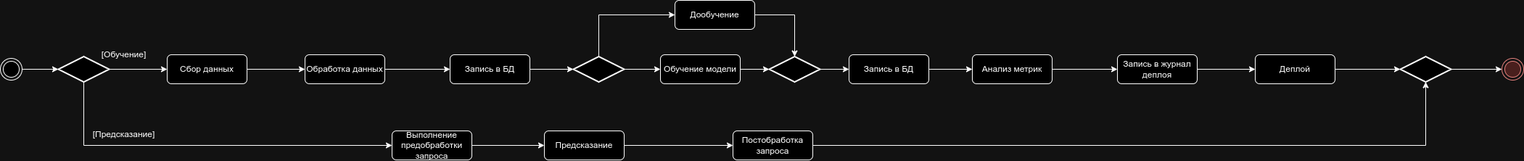
The draw.io diagram arch_lab_2/actions.png in comiam/emotion-detector, before a commit. Source tidied: cells renumbered, new cells last; positions are measured from the earlier drawing's top-left corner, leaving out a move shared by most shapes.
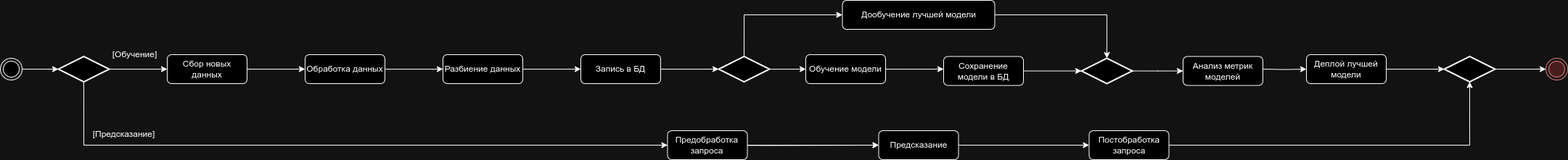
After the change.

The edit, as a diff of the source:
```diff
@@ -9,7 +9,7 @@
       <mxGeometry y="80" width="30" height="30" as="geometry" />
     </mxCell>
     <mxCell id="4" style="ellipse;html=1;shape=endState;fillColor=#f8cecc;strokeColor=#b85450;" parent="1" vertex="1">
-      <mxGeometry x="2070" y="80" width="30" height="30" as="geometry" />
+      <mxGeometry x="2130" y="80" width="30" height="30" as="geometry" />
     </mxCell>
     <mxCell id="5" style="edgeStyle=orthogonalEdgeStyle;rounded=0;jettySize=auto;html=1;entryX=0;entryY=0.5;entryDx=0;entryDy=0;" parent="1" edge="1" source="7" target="10">
       <mxGeometry relative="1" as="geometry" />
@@ -25,17 +25,17 @@
       <mxGeometry x="80" y="77.5" width="70" height="35" as="geometry" />
     </mxCell>
     <mxCell id="8" value="[Обучение]" style="text;html=1;align=center;verticalAlign=middle;strokeColor=none;fillColor=none;" parent="1" vertex="1">
-      <mxGeometry x="125" y="60" width="90" height="30" as="geometry" />
+      <mxGeometry x="140" y="60" width="90" height="30" as="geometry" />
     </mxCell>
     <mxCell id="9" style="edgeStyle=orthogonalEdgeStyle;rounded=0;jettySize=auto;html=1;entryX=0;entryY=0.5;entryDx=0;entryDy=0;" parent="1" edge="1" source="10" target="12">
       <mxGeometry relative="1" as="geometry" />
     </mxCell>
-    <mxCell id="10" value="Сбор данных" style="rounded=1;whiteSpace=wrap;html=1;" parent="1" vertex="1">
+    <mxCell id="10" value="Сбор новых данных" style="rounded=1;whiteSpace=wrap;html=1;" parent="1" vertex="1">
       <mxGeometry x="230" y="75" width="110" height="40" as="geometry" />
     </mxCell>
-    <mxCell id="11" style="edgeStyle=orthogonalEdgeStyle;rounded=0;jettySize=auto;html=1;entryX=0;entryY=0.5;entryDx=0;entryDy=0;" parent="1" edge="1" source="12" target="14">
-      <mxGeometry relative="1" as="geometry" />
-    </mxCell>
+    <mxCell id="41" style="edgeStyle=orthogonalEdgeStyle;rounded=0;jettySize=auto;html=1;entryX=0;entryY=0.5;entryDx=0;entryDy=0;" parent="1" edge="1" source="12" target="44">
+      <mxGeometry relative="1" as="geometry" />
+    </mxCell>
     <mxCell id="12" value="Обработка данных" style="rounded=1;whiteSpace=wrap;html=1;" parent="1" vertex="1">
       <mxGeometry x="420" y="75" width="110" height="40" as="geometry" />
     </mxCell>
@@ -43,7 +43,7 @@
       <mxGeometry relative="1" as="geometry" />
     </mxCell>
     <mxCell id="14" value="Запись в БД" style="rounded=1;whiteSpace=wrap;html=1;" parent="1" vertex="1">
-      <mxGeometry x="620" y="75" width="110" height="40" as="geometry" />
+      <mxGeometry x="800" y="75" width="110" height="40" as="geometry" />
     </mxCell>
     <mxCell id="15" style="edgeStyle=orthogonalEdgeStyle;rounded=0;jettySize=auto;html=1;exitX=1;exitY=0.5;exitDx=0;exitDy=0;exitPerimeter=0;entryX=0;entryY=0.5;entryDx=0;entryDy=0;" parent="1" edge="1" source="17" target="19">
       <mxGeometry relative="1" as="geometry" />
@@ -52,76 +52,93 @@
       <mxGeometry relative="1" as="geometry" />
     </mxCell>
     <mxCell id="17" style="strokeWidth=2;html=1;shape=mxgraph.flowchart.decision;whiteSpace=wrap;" parent="1" vertex="1">
-      <mxGeometry x="790" y="77.5" width="70" height="35" as="geometry" />
+      <mxGeometry x="990" y="77.5" width="70" height="35" as="geometry" />
     </mxCell>
-    <mxCell id="18" style="edgeStyle=orthogonalEdgeStyle;rounded=0;jettySize=auto;html=1;exitX=1;exitY=0.5;exitDx=0;exitDy=0;entryX=0;entryY=0.5;entryDx=0;entryDy=0;entryPerimeter=0;" parent="1" edge="1" source="19" target="30">
-      <mxGeometry relative="1" as="geometry" />
-    </mxCell>
     <mxCell id="19" value="Обучение модели" style="rounded=1;whiteSpace=wrap;html=1;" parent="1" vertex="1">
-      <mxGeometry x="910" y="75" width="110" height="40" as="geometry" />
+      <mxGeometry x="1110" y="75" width="110" height="40" as="geometry" />
     </mxCell>
-    <mxCell id="20" style="edgeStyle=orthogonalEdgeStyle;rounded=0;jettySize=auto;html=1;exitX=1;exitY=0.5;exitDx=0;exitDy=0;entryX=0;entryY=0.5;entryDx=0;entryDy=0;" parent="1" edge="1" source="32" target="24">
-      <mxGeometry relative="1" as="geometry" />
+    <mxCell id="20" style="edgeStyle=orthogonalEdgeStyle;rounded=0;jettySize=auto;html=1;exitX=1;exitY=0.5;exitDx=0;exitDy=0;entryX=0;entryY=0.5;entryDx=0;entryDy=0;" parent="1" edge="1" source="19">
+      <mxGeometry relative="1" as="geometry">
+        <mxPoint x="1300" y="95" as="targetPoint" />
+      </mxGeometry>
     </mxCell>
     <mxCell id="21" style="edgeStyle=orthogonalEdgeStyle;rounded=0;jettySize=auto;html=1;exitX=1;exitY=0.5;exitDx=0;exitDy=0;entryX=0.5;entryY=0;entryDx=0;entryDy=0;entryPerimeter=0;" parent="1" edge="1" source="22" target="30">
       <mxGeometry relative="1" as="geometry" />
     </mxCell>
-    <mxCell id="22" value="Дообучение" style="rounded=1;whiteSpace=wrap;html=1;" parent="1" vertex="1">
-      <mxGeometry x="930" width="110" height="40" as="geometry" />
+    <mxCell id="22" value="Дообучение лучшей модели" style="rounded=1;whiteSpace=wrap;html=1;" parent="1" vertex="1">
+      <mxGeometry x="1160.5" width="210" height="40" as="geometry" />
     </mxCell>
-    <mxCell id="23" style="edgeStyle=orthogonalEdgeStyle;rounded=0;jettySize=auto;html=1;exitX=1;exitY=0.5;exitDx=0;exitDy=0;entryX=0;entryY=0.5;entryDx=0;entryDy=0;" parent="1" edge="1" source="24" target="34">
-      <mxGeometry relative="1" as="geometry" />
+    <mxCell id="23" style="edgeStyle=orthogonalEdgeStyle;rounded=0;jettySize=auto;html=1;exitX=1;exitY=0.5;exitDx=0;exitDy=0;entryX=0;entryY=0.5;entryDx=0;entryDy=0;" parent="1" edge="1" source="30" target="47">
+      <mxGeometry relative="1" as="geometry">
+        <Array as="points">
+          <mxPoint x="1595" y="98" />
+          <mxPoint x="1630" y="98" />
+        </Array>
+      </mxGeometry>
     </mxCell>
-    <mxCell id="24" value="Анализ метрик" style="rounded=1;whiteSpace=wrap;html=1;" parent="1" vertex="1">
-      <mxGeometry x="1340" y="75" width="110" height="40" as="geometry" />
-    </mxCell>
-    <mxCell id="25" style="edgeStyle=orthogonalEdgeStyle;rounded=0;jettySize=auto;html=1;" parent="1" edge="1" source="26" target="38">
-      <mxGeometry relative="1" as="geometry" />
+    <mxCell id="25" style="edgeStyle=orthogonalEdgeStyle;rounded=0;jettySize=auto;html=1;" parent="1" edge="1" target="38">
+      <mxGeometry relative="1" as="geometry">
+        <mxPoint x="910" y="200" as="sourcePoint" />
+      </mxGeometry>
     </mxCell>
+    <mxCell id="42" style="edgeStyle=orthogonalEdgeStyle;rounded=0;jettySize=auto;html=1;entryX=0;entryY=0.5;entryDx=0;entryDy=0;" parent="1" edge="1" source="26" target="38">
+      <mxGeometry relative="1" as="geometry" />
+    </mxCell>
-    <mxCell id="26" value="Выполнение предобработки запроса" style="rounded=1;whiteSpace=wrap;html=1;" parent="1" vertex="1">
-      <mxGeometry x="540" y="180" width="110" height="40" as="geometry" />
+    <mxCell id="26" value="Предобработка запроса" style="rounded=1;whiteSpace=wrap;html=1;" parent="1" vertex="1">
+      <mxGeometry x="919.5" y="180" width="110" height="40" as="geometry" />
     </mxCell>
-    <mxCell id="27" style="edgeStyle=orthogonalEdgeStyle;rounded=0;jettySize=auto;html=1;exitX=1;exitY=0.5;exitDx=0;exitDy=0;exitPerimeter=0;entryX=0;entryY=0.5;entryDx=0;entryDy=0;" parent="1" edge="1" source="28" target="4">
+    <mxCell id="27" style="edgeStyle=orthogonalEdgeStyle;rounded=0;jettySize=auto;html=1;entryX=0;entryY=0.5;entryDx=0;entryDy=0;" parent="1" edge="1" source="28" target="4">
       <mxGeometry relative="1" as="geometry" />
     </mxCell>
     <mxCell id="28" style="strokeWidth=2;html=1;shape=mxgraph.flowchart.decision;whiteSpace=wrap;" parent="1" vertex="1">
-      <mxGeometry x="1930" y="77.5" width="70" height="35" as="geometry" />
+      <mxGeometry x="1990" y="77.5" width="70" height="35" as="geometry" />
     </mxCell>
-    <mxCell id="29" style="edgeStyle=orthogonalEdgeStyle;rounded=0;jettySize=auto;html=1;exitX=1;exitY=0.5;exitDx=0;exitDy=0;exitPerimeter=0;entryX=0;entryY=0.5;entryDx=0;entryDy=0;" parent="1" edge="1" source="30" target="32">
-      <mxGeometry relative="1" as="geometry" />
-    </mxCell>
-    <mxCell id="30" style="strokeWidth=2;html=1;shape=mxgraph.flowchart.decision;whiteSpace=wrap;" parent="1" vertex="1">
-      <mxGeometry x="1060" y="77.5" width="70" height="35" as="geometry" />
-    </mxCell>
     <mxCell id="31" value="[Предсказание]" style="text;html=1;align=center;verticalAlign=middle;strokeColor=none;fillColor=none;" parent="1" vertex="1">
       <mxGeometry x="115" y="170" width="110" height="30" as="geometry" />
     </mxCell>
-    <mxCell id="32" value="Запись в БД" style="rounded=1;whiteSpace=wrap;html=1;" parent="1" vertex="1">
-      <mxGeometry x="1170" y="75" width="110" height="40" as="geometry" />
-    </mxCell>
-    <mxCell id="33" style="edgeStyle=orthogonalEdgeStyle;rounded=0;jettySize=auto;html=1;exitX=1;exitY=0.5;exitDx=0;exitDy=0;entryX=0;entryY=0.5;entryDx=0;entryDy=0;" parent="1" edge="1" source="34" target="36">
-      <mxGeometry relative="1" as="geometry" />
-    </mxCell>
-    <mxCell id="34" value="Запись в журнал деплоя" style="rounded=1;whiteSpace=wrap;html=1;" parent="1" vertex="1">
-      <mxGeometry x="1540" y="75" width="110" height="40" as="geometry" />
-    </mxCell>
     <mxCell id="35" style="edgeStyle=orthogonalEdgeStyle;rounded=0;jettySize=auto;html=1;" parent="1" edge="1" source="36" target="28">
       <mxGeometry relative="1" as="geometry" />
     </mxCell>
-    <mxCell id="36" value="Деплой" style="rounded=1;whiteSpace=wrap;html=1;" parent="1" vertex="1">
-      <mxGeometry x="1730" y="75" width="110" height="40" as="geometry" />
+    <mxCell id="36" value="Деплой лучшей модели" style="rounded=1;whiteSpace=wrap;html=1;" parent="1" vertex="1">
+      <mxGeometry x="1800" y="75" width="110" height="40" as="geometry" />
     </mxCell>
     <mxCell id="37" style="edgeStyle=orthogonalEdgeStyle;rounded=0;jettySize=auto;html=1;exitX=1;exitY=0.5;exitDx=0;exitDy=0;" parent="1" edge="1" source="38" target="40">
       <mxGeometry relative="1" as="geometry" />
     </mxCell>
     <mxCell id="38" value="Предсказание" style="rounded=1;whiteSpace=wrap;html=1;" parent="1" vertex="1">
-      <mxGeometry x="750" y="180" width="110" height="40" as="geometry" />
+      <mxGeometry x="1210.5" y="180" width="110" height="40" as="geometry" />
     </mxCell>
     <mxCell id="39" style="edgeStyle=orthogonalEdgeStyle;rounded=0;jettySize=auto;html=1;entryX=0.5;entryY=1;entryDx=0;entryDy=0;entryPerimeter=0;" parent="1" edge="1" source="40" target="28">
       <mxGeometry relative="1" as="geometry" />
     </mxCell>
     <mxCell id="40" value="Постобработка запроса" style="rounded=1;whiteSpace=wrap;html=1;" parent="1" vertex="1">
-      <mxGeometry x="1010" y="180" width="110" height="40" as="geometry" />
+      <mxGeometry x="1500.5" y="180" width="110" height="40" as="geometry" />
     </mxCell>
+    <mxCell id="43" style="edgeStyle=orthogonalEdgeStyle;rounded=0;jettySize=auto;html=1;entryX=0;entryY=0.5;entryDx=0;entryDy=0;" parent="1" edge="1" source="44" target="14">
+      <mxGeometry relative="1" as="geometry" />
+    </mxCell>
+    <mxCell id="44" value="Разбиение данных" style="rounded=1;whiteSpace=wrap;html=1;" parent="1" vertex="1">
+      <mxGeometry x="610" y="75" width="110" height="40" as="geometry" />
+    </mxCell>
+    <mxCell id="30" style="strokeWidth=2;html=1;shape=mxgraph.flowchart.decision;whiteSpace=wrap;" parent="1" vertex="1">
+      <mxGeometry x="1490" y="80" width="70" height="35" as="geometry" />
+    </mxCell>
+    <mxCell id="45" style="edgeStyle=orthogonalEdgeStyle;rounded=0;orthogonalLoop=1;jettySize=auto;html=1;exitX=0.5;exitY=1;exitDx=0;exitDy=0;exitPerimeter=0;" parent="1" edge="1" source="30" target="30">
+      <mxGeometry relative="1" as="geometry" />
+    </mxCell>
+    <mxCell id="46" style="edgeStyle=orthogonalEdgeStyle;rounded=0;jettySize=auto;html=1;entryX=0;entryY=0.5;entryDx=0;entryDy=0;" parent="1" edge="1" target="36">
+      <mxGeometry relative="1" as="geometry">
+        <mxPoint x="1740" y="95" as="sourcePoint" />
+      </mxGeometry>
+    </mxCell>
+    <mxCell id="47" value="Анализ метрик моделей" style="rounded=1;whiteSpace=wrap;html=1;" parent="1" vertex="1">
+      <mxGeometry x="1630" y="77.5" width="110" height="40" as="geometry" />
+    </mxCell>
+    <mxCell id="48" value="Сохранение модели в БД" style="rounded=1;whiteSpace=wrap;html=1;" parent="1" vertex="1">
+      <mxGeometry x="1300" y="77.5" width="110" height="40" as="geometry" />
+    </mxCell>
+    <mxCell id="49" style="edgeStyle=orthogonalEdgeStyle;rounded=0;jettySize=auto;html=1;entryX=0;entryY=0.5;entryDx=0;entryDy=0;entryPerimeter=0;" parent="1" edge="1" source="48" target="30">
+      <mxGeometry relative="1" as="geometry" />
+    </mxCell>
   </root>
 </mxGraphModel>
```
